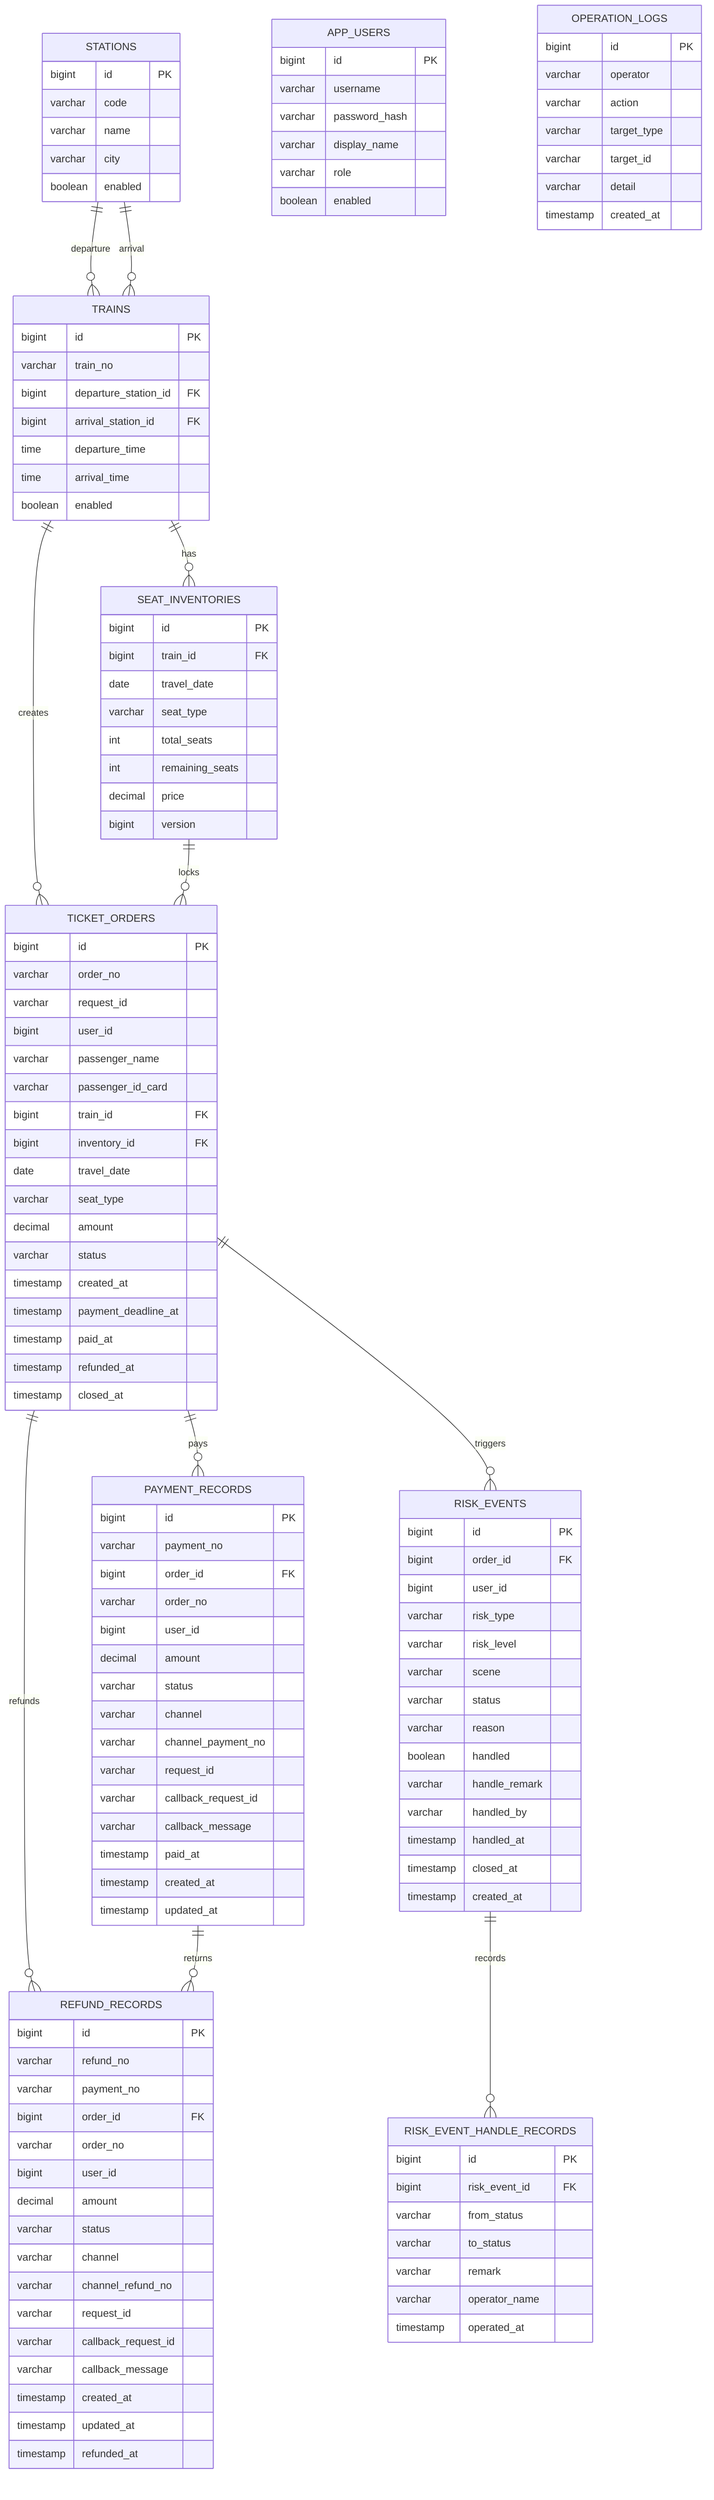
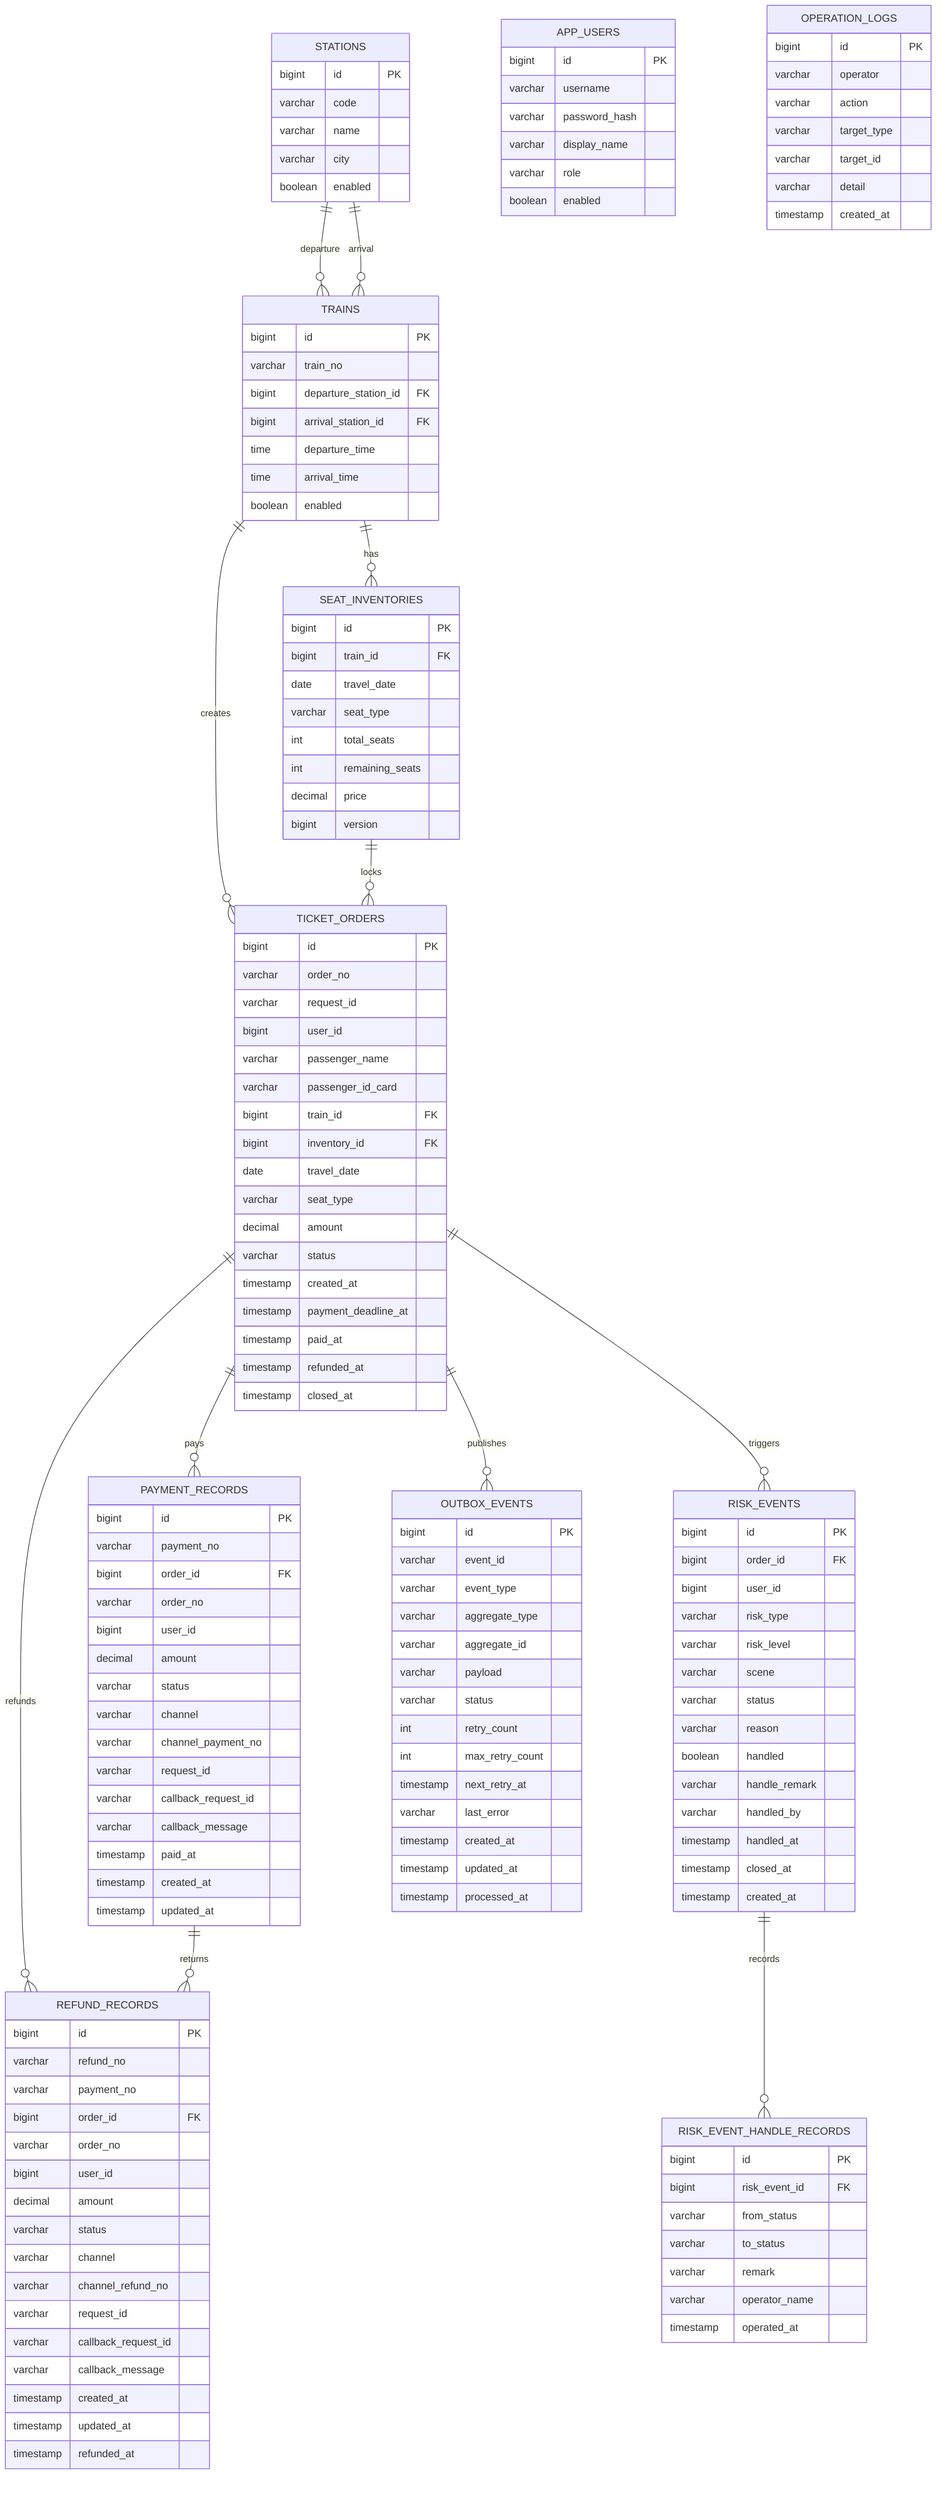
erDiagram
    STATIONS ||--o{ TRAINS : departure
    STATIONS ||--o{ TRAINS : arrival
    TRAINS ||--o{ SEAT_INVENTORIES : has
    TRAINS ||--o{ TICKET_ORDERS : creates
    SEAT_INVENTORIES ||--o{ TICKET_ORDERS : locks
    TICKET_ORDERS ||--o{ PAYMENT_RECORDS : pays
    TICKET_ORDERS ||--o{ REFUND_RECORDS : refunds
    PAYMENT_RECORDS ||--o{ REFUND_RECORDS : returns
    TICKET_ORDERS ||--o{ RISK_EVENTS : triggers
    RISK_EVENTS ||--o{ RISK_EVENT_HANDLE_RECORDS : records
+     TICKET_ORDERS ||--o{ OUTBOX_EVENTS : publishes

    APP_USERS {
        bigint id PK
        varchar username
        varchar password_hash
        varchar display_name
        varchar role
        boolean enabled
    }

    STATIONS {
        bigint id PK
        varchar code
        varchar name
        varchar city
        boolean enabled
    }

    TRAINS {
        bigint id PK
        varchar train_no
        bigint departure_station_id FK
        bigint arrival_station_id FK
        time departure_time
        time arrival_time
        boolean enabled
    }

    SEAT_INVENTORIES {
        bigint id PK
        bigint train_id FK
        date travel_date
        varchar seat_type
        int total_seats
        int remaining_seats
        decimal price
        bigint version
    }

    TICKET_ORDERS {
        bigint id PK
        varchar order_no
        varchar request_id
        bigint user_id
        varchar passenger_name
        varchar passenger_id_card
        bigint train_id FK
        bigint inventory_id FK
        date travel_date
        varchar seat_type
        decimal amount
        varchar status
        timestamp created_at
        timestamp payment_deadline_at
        timestamp paid_at
        timestamp refunded_at
        timestamp closed_at
    }

    RISK_EVENTS {
        bigint id PK
        bigint order_id FK
        bigint user_id
        varchar risk_type
        varchar risk_level
        varchar scene
        varchar status
        varchar reason
        boolean handled
        varchar handle_remark
        varchar handled_by
        timestamp handled_at
        timestamp closed_at
        timestamp created_at
    }

    RISK_EVENT_HANDLE_RECORDS {
        bigint id PK
        bigint risk_event_id FK
        varchar from_status
        varchar to_status
        varchar remark
        varchar operator_name
        timestamp operated_at
    }

    PAYMENT_RECORDS {
        bigint id PK
        varchar payment_no
        bigint order_id FK
        varchar order_no
        bigint user_id
        decimal amount
        varchar status
        varchar channel
        varchar channel_payment_no
        varchar request_id
        varchar callback_request_id
        varchar callback_message
        timestamp paid_at
        timestamp created_at
        timestamp updated_at
    }

    REFUND_RECORDS {
        bigint id PK
        varchar refund_no
        varchar payment_no
        bigint order_id FK
        varchar order_no
        bigint user_id
        decimal amount
        varchar status
        varchar channel
        varchar channel_refund_no
        varchar request_id
        varchar callback_request_id
        varchar callback_message
        timestamp created_at
        timestamp updated_at
        timestamp refunded_at
    }

+     OUTBOX_EVENTS {
+         bigint id PK
+         varchar event_id
+         varchar event_type
+         varchar aggregate_type
+         varchar aggregate_id
+         varchar payload
+         varchar status
+         int retry_count
+         int max_retry_count
+         timestamp next_retry_at
+         varchar last_error
+         timestamp created_at
+         timestamp updated_at
+         timestamp processed_at
+     }
+ 
    OPERATION_LOGS {
        bigint id PK
        varchar operator
        varchar action
        varchar target_type
        varchar target_id
        varchar detail
        timestamp created_at
    }
